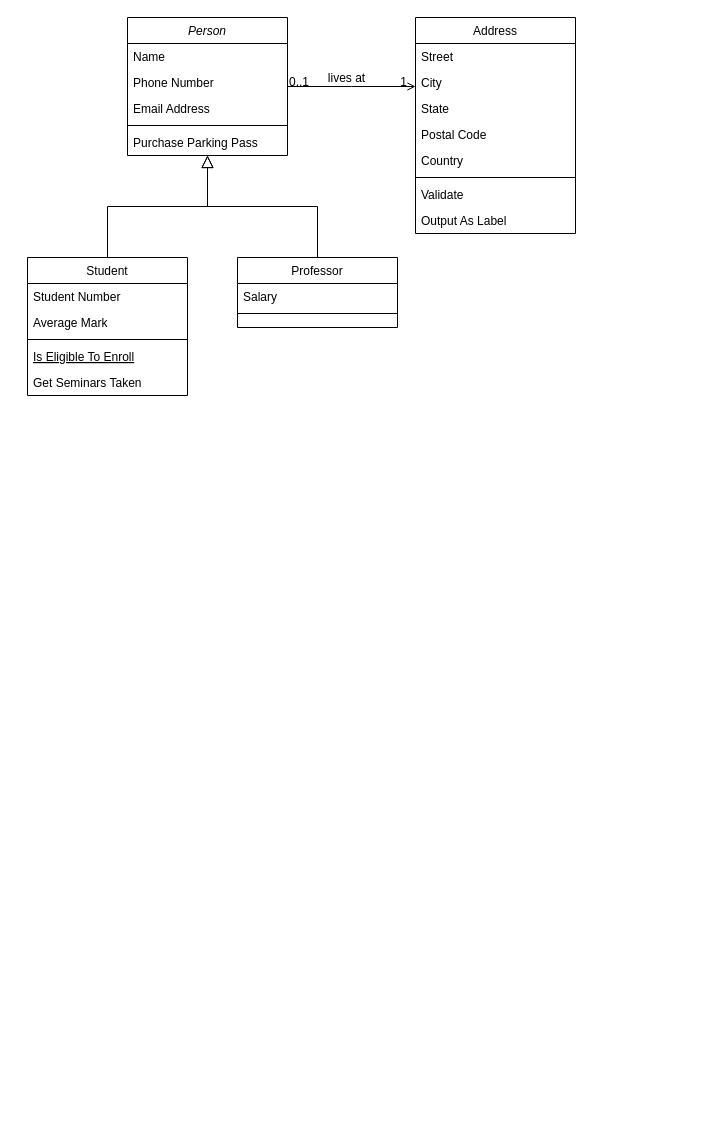
This is druhy_ukol.drawio from 3n0wd3n/Soft, a draw.io file, before an edit. Source tidied: cells renumbered, new cells numbered last; positions are measured from the earlier drawing's top-left corner, leaving out a move shared by most shapes. Both pictures are drawn from the tidied source at 100%, with x=0, y=0 at pixel (27, 17).
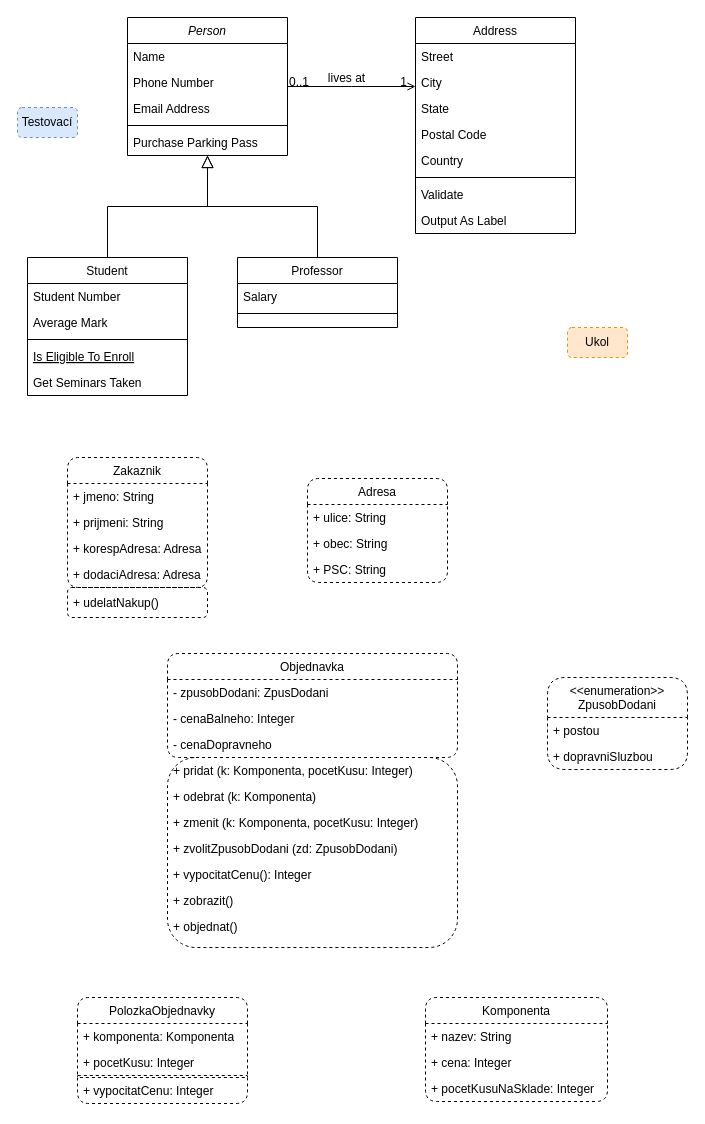
After the change.

What changed in the source:
```diff
@@
+    <mxCell id="32" value="Testovací" style="text;html=1;strokeColor=#6c8ebf;fillColor=#dae8fc;align=center;verticalAlign=middle;whiteSpace=wrap;rounded=1;dashed=1;" parent="1" vertex="1">
+      <mxGeometry x="-10" y="90" width="60" height="30" as="geometry" />
+    </mxCell>
+    <mxCell id="33" value="Ukol" style="text;html=1;strokeColor=#d79b00;fillColor=#ffe6cc;align=center;verticalAlign=middle;whiteSpace=wrap;rounded=1;dashed=1;" parent="1" vertex="1">
+      <mxGeometry x="540" y="310" width="60" height="30" as="geometry" />
+    </mxCell>
+    <mxCell id="34" value="Zakaznik" style="swimlane;fontStyle=0;horizontal=1;startSize=26;fillColor=none;rounded=1;dashed=1;" parent="1" vertex="1">
+      <mxGeometry x="40" y="440" width="140" height="130" as="geometry" />
+    </mxCell>
+    <mxCell id="35" value="+ jmeno: String" style="text;strokeColor=none;fillColor=none;align=left;verticalAlign=top;spacingLeft=4;spacingRight=4;overflow=hidden;rounded=1;dashed=1;" parent="34" vertex="1">
+      <mxGeometry y="26" width="140" height="26" as="geometry" />
+    </mxCell>
+    <mxCell id="36" value="+ prijmeni: String" style="text;strokeColor=none;fillColor=none;align=left;verticalAlign=top;spacingLeft=4;spacingRight=4;overflow=hidden;rounded=1;dashed=1;" parent="34" vertex="1">
+      <mxGeometry y="52" width="140" height="26" as="geometry" />
+    </mxCell>
+    <mxCell id="37" value="+ korespAdresa: Adresa" style="text;strokeColor=none;fillColor=none;align=left;verticalAlign=top;spacingLeft=4;spacingRight=4;overflow=hidden;rounded=1;dashed=1;" parent="34" vertex="1">
+      <mxGeometry y="78" width="140" height="26" as="geometry" />
+    </mxCell>
+    <mxCell id="38" value="+ dodaciAdresa: Adresa" style="text;strokeColor=none;fillColor=none;align=left;verticalAlign=top;spacingLeft=4;spacingRight=4;overflow=hidden;rounded=1;dashed=1;" parent="34" vertex="1">
+      <mxGeometry y="104" width="140" height="26" as="geometry" />
+    </mxCell>
+    <mxCell id="39" value="Adresa" style="swimlane;fontStyle=0;horizontal=1;startSize=26;fillColor=none;rounded=1;dashed=1;" parent="1" vertex="1">
+      <mxGeometry x="280" y="461" width="140" height="104" as="geometry" />
+    </mxCell>
+    <mxCell id="40" value="+ ulice: String" style="text;strokeColor=none;fillColor=none;align=left;verticalAlign=top;spacingLeft=4;spacingRight=4;overflow=hidden;rounded=1;dashed=1;" parent="39" vertex="1">
+      <mxGeometry y="26" width="140" height="26" as="geometry" />
+    </mxCell>
+    <mxCell id="41" value="+ obec: String" style="text;strokeColor=none;fillColor=none;align=left;verticalAlign=top;spacingLeft=4;spacingRight=4;overflow=hidden;rounded=1;dashed=1;" parent="39" vertex="1">
+      <mxGeometry y="52" width="140" height="26" as="geometry" />
+    </mxCell>
+    <mxCell id="42" value="+ PSC: String" style="text;strokeColor=none;fillColor=none;align=left;verticalAlign=top;spacingLeft=4;spacingRight=4;overflow=hidden;rounded=1;dashed=1;" parent="39" vertex="1">
+      <mxGeometry y="78" width="140" height="26" as="geometry" />
+    </mxCell>
+    <mxCell id="43" value="Objednavka" style="swimlane;fontStyle=0;horizontal=1;startSize=26;fillColor=none;rounded=1;dashed=1;" parent="1" vertex="1">
+      <mxGeometry x="140" y="636" width="290" height="104" as="geometry" />
+    </mxCell>
+    <mxCell id="44" value="- zpusobDodani: ZpusDodani" style="text;strokeColor=none;fillColor=none;align=left;verticalAlign=top;spacingLeft=4;spacingRight=4;overflow=hidden;rounded=1;dashed=1;" parent="43" vertex="1">
+      <mxGeometry y="26" width="290" height="26" as="geometry" />
+    </mxCell>
+    <mxCell id="45" value="- cenaBalneho: Integer" style="text;strokeColor=none;fillColor=none;align=left;verticalAlign=top;spacingLeft=4;spacingRight=4;overflow=hidden;rounded=1;dashed=1;" parent="43" vertex="1">
+      <mxGeometry y="52" width="290" height="26" as="geometry" />
+    </mxCell>
+    <mxCell id="46" value="- cenaDopravneho" style="text;strokeColor=none;fillColor=none;align=left;verticalAlign=top;spacingLeft=4;spacingRight=4;overflow=hidden;rounded=1;dashed=1;" parent="43" vertex="1">
+      <mxGeometry y="78" width="290" height="26" as="geometry" />
+    </mxCell>
+    <mxCell id="47" style="whiteSpace=wrap;html=1;fillColor=none;fontStyle=0;startSize=26;rounded=1;dashed=1;" parent="1" vertex="1">
+      <mxGeometry x="40" y="570" width="140" height="30" as="geometry" />
+    </mxCell>
+    <mxCell id="48" value="+ udelatNakup()" style="text;strokeColor=none;fillColor=none;align=left;verticalAlign=top;spacingLeft=4;spacingRight=4;overflow=hidden;rounded=1;dashed=1;" parent="1" vertex="1">
+      <mxGeometry x="40" y="572" width="140" height="26" as="geometry" />
+    </mxCell>
+    <mxCell id="49" style="whiteSpace=wrap;html=1;fillColor=none;fontStyle=0;startSize=26;rounded=1;dashed=1;" parent="1" vertex="1">
+      <mxGeometry x="140" y="740" width="290" height="190" as="geometry" />
+    </mxCell>
+    <mxCell id="50" value="+ pridat (k: Komponenta, pocetKusu: Integer)" style="text;strokeColor=none;fillColor=none;align=left;verticalAlign=top;spacingLeft=4;spacingRight=4;overflow=hidden;rounded=1;dashed=1;" parent="1" vertex="1">
+      <mxGeometry x="140" y="740" width="290" height="26" as="geometry" />
+    </mxCell>
+    <mxCell id="51" value="+ odebrat (k: Komponenta)" style="text;strokeColor=none;fillColor=none;align=left;verticalAlign=top;spacingLeft=4;spacingRight=4;overflow=hidden;rounded=1;dashed=1;" parent="1" vertex="1">
+      <mxGeometry x="140" y="766" width="290" height="26" as="geometry" />
+    </mxCell>
+    <mxCell id="52" value="+ zmenit (k: Komponenta, pocetKusu: Integer)" style="text;strokeColor=none;fillColor=none;align=left;verticalAlign=top;spacingLeft=4;spacingRight=4;overflow=hidden;rounded=1;dashed=1;" parent="1" vertex="1">
+      <mxGeometry x="140" y="792" width="290" height="26" as="geometry" />
+    </mxCell>
+    <mxCell id="53" value="+ zvolitZpusobDodani (zd: ZpusobDodani)" style="text;strokeColor=none;fillColor=none;align=left;verticalAlign=top;spacingLeft=4;spacingRight=4;overflow=hidden;rounded=1;dashed=1;" parent="1" vertex="1">
+      <mxGeometry x="140" y="818" width="290" height="26" as="geometry" />
+    </mxCell>
+    <mxCell id="54" value="+ vypocitatCenu(): Integer" style="text;strokeColor=none;fillColor=none;align=left;verticalAlign=top;spacingLeft=4;spacingRight=4;overflow=hidden;rounded=1;dashed=1;" parent="1" vertex="1">
+      <mxGeometry x="140" y="844" width="290" height="26" as="geometry" />
+    </mxCell>
+    <mxCell id="55" value="+ zobrazit()" style="text;strokeColor=none;fillColor=none;align=left;verticalAlign=top;spacingLeft=4;spacingRight=4;overflow=hidden;rounded=1;dashed=1;" parent="1" vertex="1">
+      <mxGeometry x="140" y="870" width="290" height="26" as="geometry" />
+    </mxCell>
+    <mxCell id="56" value="+ objednat()" style="text;strokeColor=none;fillColor=none;align=left;verticalAlign=top;spacingLeft=4;spacingRight=4;overflow=hidden;rounded=1;dashed=1;" parent="1" vertex="1">
+      <mxGeometry x="140" y="896" width="290" height="26" as="geometry" />
+    </mxCell>
+    <mxCell id="57" value="&lt;&lt;enumeration&gt;&gt;&#10;ZpusobDodani" style="swimlane;fontStyle=0;horizontal=1;startSize=40;fillColor=none;rounded=1;dashed=1;" parent="1" vertex="1">
+      <mxGeometry x="520" y="660" width="140" height="92" as="geometry" />
+    </mxCell>
+    <mxCell id="58" value="+ postou" style="text;strokeColor=none;fillColor=none;align=left;verticalAlign=top;spacingLeft=4;spacingRight=4;overflow=hidden;rounded=1;dashed=1;" parent="57" vertex="1">
+      <mxGeometry y="40" width="140" height="26" as="geometry" />
+    </mxCell>
+    <mxCell id="59" value="+ dopravniSluzbou" style="text;strokeColor=none;fillColor=none;align=left;verticalAlign=top;spacingLeft=4;spacingRight=4;overflow=hidden;rounded=1;dashed=1;" parent="57" vertex="1">
+      <mxGeometry y="66" width="140" height="26" as="geometry" />
+    </mxCell>
+    <mxCell id="60" value="PolozkaObjednavky" style="swimlane;fontStyle=0;horizontal=1;startSize=26;fillColor=none;rounded=1;dashed=1;" parent="1" vertex="1">
+      <mxGeometry x="50" y="980" width="170" height="106" as="geometry" />
+    </mxCell>
+    <mxCell id="61" value="+ komponenta: Komponenta" style="text;strokeColor=none;fillColor=none;align=left;verticalAlign=top;spacingLeft=4;spacingRight=4;overflow=hidden;rounded=1;dashed=1;" parent="60" vertex="1">
+      <mxGeometry y="26" width="170" height="26" as="geometry" />
+    </mxCell>
+    <mxCell id="62" value="+ pocetKusu: Integer" style="text;strokeColor=none;fillColor=none;align=left;verticalAlign=top;spacingLeft=4;spacingRight=4;overflow=hidden;rounded=1;dashed=1;" parent="60" vertex="1">
+      <mxGeometry y="52" width="170" height="26" as="geometry" />
+    </mxCell>
+    <mxCell id="63" style="whiteSpace=wrap;html=1;fillColor=none;fontStyle=0;startSize=26;rounded=1;dashed=1;" parent="60" vertex="1">
+      <mxGeometry y="78" width="170" height="2" as="geometry" />
+    </mxCell>
+    <mxCell id="64" value="+ vypocitatCenu: Integer" style="text;strokeColor=none;fillColor=none;align=left;verticalAlign=top;spacingLeft=4;spacingRight=4;overflow=hidden;rounded=1;dashed=1;" parent="60" vertex="1">
+      <mxGeometry y="80" width="170" height="26" as="geometry" />
+    </mxCell>
+    <mxCell id="65" value="Komponenta" style="swimlane;fontStyle=0;horizontal=1;startSize=26;fillColor=none;rounded=1;dashed=1;" parent="1" vertex="1">
+      <mxGeometry x="398" y="980" width="182" height="104" as="geometry" />
+    </mxCell>
+    <mxCell id="66" value="+ nazev: String" style="text;strokeColor=none;fillColor=none;align=left;verticalAlign=top;spacingLeft=4;spacingRight=4;overflow=hidden;rounded=1;dashed=1;" parent="65" vertex="1">
+      <mxGeometry y="26" width="182" height="26" as="geometry" />
+    </mxCell>
+    <mxCell id="67" value="+ cena: Integer" style="text;strokeColor=none;fillColor=none;align=left;verticalAlign=top;spacingLeft=4;spacingRight=4;overflow=hidden;rounded=1;dashed=1;" parent="65" vertex="1">
+      <mxGeometry y="52" width="182" height="26" as="geometry" />
+    </mxCell>
+    <mxCell id="68" value="+ pocetKusuNaSklade: Integer" style="text;strokeColor=none;fillColor=none;align=left;verticalAlign=top;spacingLeft=4;spacingRight=4;overflow=hidden;rounded=1;dashed=1;" parent="65" vertex="1">
+      <mxGeometry y="78" width="182" height="26" as="geometry" />
+    </mxCell>
```
